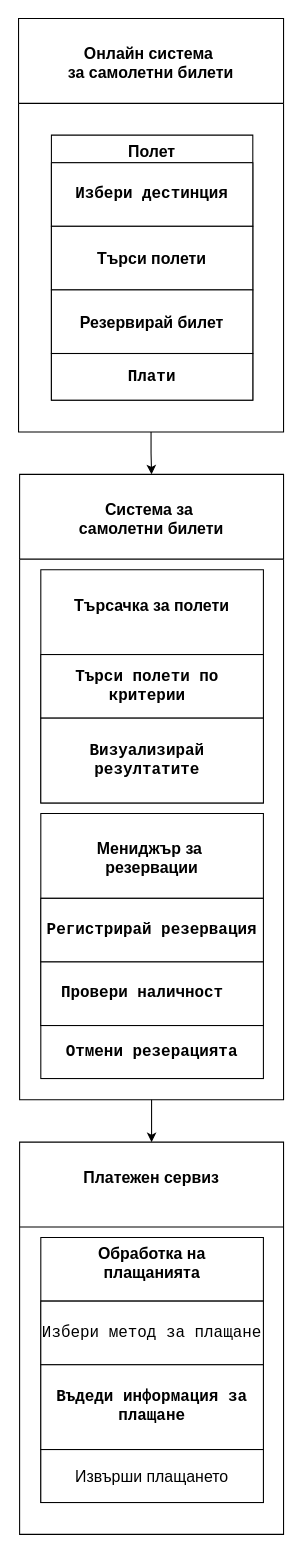
Earlier version of the draw.io diagram design/diagrams/activity/Управление на самолетни билети.drawio (velislav19407/Airline-ticket-Management-System). Source tidied: cells renumbered, new cells numbered last; positions are measured from the earlier drawing's top-left corner, leaving out a move shared by most shapes. Both pictures are drawn from the tidied source at 106%, with x=0, y=0 at pixel (18, 18).
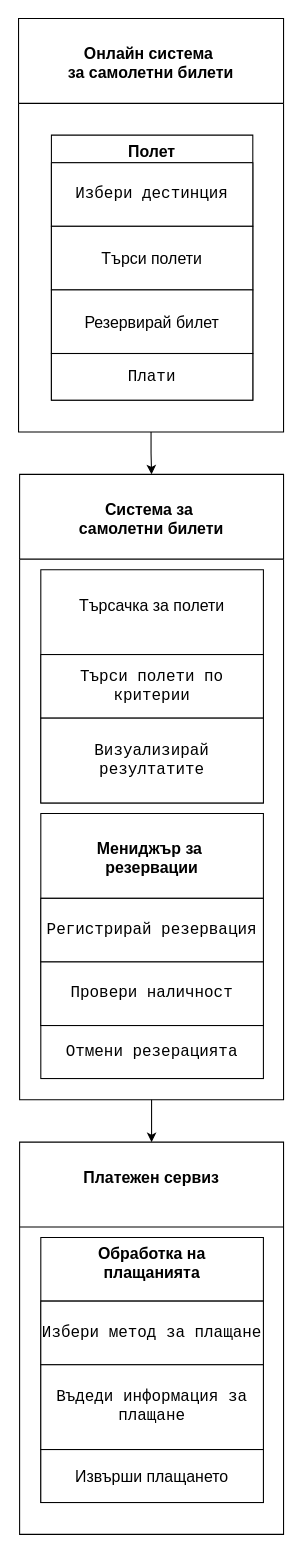
The same page after the edit.

The change refers to these unchanged cells:
```xml
<mxCell id="5" value="Полет" style="swimlane;fontStyle=1;align=center;verticalAlign=top;horizontal=1;startSize=26;rounded=0;shadow=0;strokeWidth=1;fontSize=15;" parent="1" vertex="1">
  <mxGeometry x="31" y="110" width="190" height="250" as="geometry" />
</mxCell>
<mxCell id="15" value="&#10;Мениджър за &#10;резервации" style="swimlane;fontStyle=1;align=center;verticalAlign=top;horizontal=1;startSize=80;rounded=0;shadow=0;strokeWidth=1;fontSize=15;" parent="1" vertex="1">
  <mxGeometry x="21" y="750" width="210" height="200" as="geometry" />
</mxCell>
<mxCell id="23" value="Обработка на &#10;плащанията" style="swimlane;fontStyle=1;align=center;verticalAlign=top;horizontal=1;startSize=60;rounded=0;shadow=0;strokeWidth=1;fontSize=15;" parent="1" vertex="1">
  <mxGeometry x="21" y="1150" width="210" height="250" as="geometry" />
</mxCell>
```

The edit, as a diff of the source:
```diff
@@
-    <mxCell id="7" value="&lt;div style=&quot;font-size: 15px;&quot; tabindex=&quot;0&quot; id=&quot;tw-target-text-container&quot; class=&quot;tw-ta-container F0azHf tw-nfl&quot;&gt;&lt;pre dir=&quot;ltr&quot; style=&quot;text-align:left&quot; id=&quot;tw-target-text&quot; class=&quot;tw-data-text tw-text-large tw-ta&quot;&gt;&lt;b&gt;Избери дестинция&lt;/b&gt;&lt;/pre&gt;&lt;/div&gt;" style="rounded=0;whiteSpace=wrap;html=1;" parent="5" vertex="1">
+    <mxCell id="7" value="&lt;div style=&quot;font-size: 15px;&quot; tabindex=&quot;0&quot; id=&quot;tw-target-text-container&quot; class=&quot;tw-ta-container F0azHf tw-nfl&quot;&gt;&lt;pre dir=&quot;ltr&quot; style=&quot;text-align:left&quot; id=&quot;tw-target-text&quot; class=&quot;tw-data-text tw-text-large tw-ta&quot;&gt;Избери дестинция&lt;/pre&gt;&lt;/div&gt;" style="rounded=0;whiteSpace=wrap;html=1;" parent="5" vertex="1">
       <mxGeometry y="26" width="190" height="60" as="geometry" />
     </mxCell>
-    <mxCell id="8" value="&lt;b&gt;&lt;font style=&quot;font-size: 15px;&quot;&gt;Търси полети&lt;/font&gt;&lt;/b&gt;" style="rounded=0;whiteSpace=wrap;html=1;" parent="5" vertex="1">
+    <mxCell id="8" value="&lt;font style=&quot;font-size: 15px;&quot;&gt;Търси полети&lt;/font&gt;" style="rounded=0;whiteSpace=wrap;html=1;" parent="5" vertex="1">
       <mxGeometry y="86" width="190" height="60" as="geometry" />
     </mxCell>
-    <mxCell id="9" value="&lt;b&gt;&lt;font style=&quot;font-size: 15px;&quot;&gt;Резервирай билет&lt;/font&gt;&lt;/b&gt;" style="rounded=0;whiteSpace=wrap;html=1;" parent="5" vertex="1">
+    <mxCell id="9" value="&lt;font style=&quot;font-size: 15px;&quot;&gt;Резервирай билет&lt;/font&gt;" style="rounded=0;whiteSpace=wrap;html=1;" parent="5" vertex="1">
       <mxGeometry y="146" width="190" height="60" as="geometry" />
     </mxCell>
-    <mxCell id="10" value="&lt;div style=&quot;font-size: 15px;&quot; tabindex=&quot;0&quot; id=&quot;tw-target-text-container&quot; class=&quot;tw-ta-container F0azHf tw-nfl&quot;&gt;&lt;pre dir=&quot;ltr&quot; style=&quot;text-align:left&quot; id=&quot;tw-target-text&quot; class=&quot;tw-data-text tw-text-large tw-ta&quot;&gt;&lt;b&gt;Плати&lt;/b&gt;&lt;/pre&gt;&lt;/div&gt;" style="rounded=0;whiteSpace=wrap;html=1;" parent="5" vertex="1">
+    <mxCell id="10" value="&lt;div style=&quot;font-size: 15px;&quot; tabindex=&quot;0&quot; id=&quot;tw-target-text-container&quot; class=&quot;tw-ta-container F0azHf tw-nfl&quot;&gt;&lt;pre dir=&quot;ltr&quot; style=&quot;text-align:left&quot; id=&quot;tw-target-text&quot; class=&quot;tw-data-text tw-text-large tw-ta&quot;&gt;Плати&lt;/pre&gt;&lt;/div&gt;" style="rounded=0;whiteSpace=wrap;html=1;" parent="5" vertex="1">
       <mxGeometry y="206" width="190" height="44" as="geometry" />
     </mxCell>
-    <mxCell id="11" value="&#10;Търсачка за полети" style="swimlane;fontStyle=1;align=center;verticalAlign=top;horizontal=1;startSize=80;rounded=0;shadow=0;strokeWidth=1;fontSize=15;" parent="1" vertex="1">
+    <mxCell id="11" value="&#10;Търсачка за полети" style="swimlane;fontStyle=0;align=center;verticalAlign=top;horizontal=1;startSize=80;rounded=0;shadow=0;strokeWidth=1;fontSize=15;" parent="1" vertex="1">
       <mxGeometry x="21" y="520" width="210" height="220" as="geometry" />
     </mxCell>
@@
-    <mxCell id="13" value="&lt;pre style=&quot;font-size: 15px;&quot;&gt;&lt;b&gt;&lt;code class=&quot;!whitespace-pre hljs language-plaintext&quot;&gt;Търси полети по &lt;br&gt;критерии &lt;/code&gt;&lt;/b&gt;&lt;/pre&gt;" style="whiteSpace=wrap;html=1;" parent="11" vertex="1">
+    <mxCell id="13" value="&lt;pre style=&quot;font-size: 15px;&quot;&gt;&lt;code class=&quot;!whitespace-pre hljs language-plaintext&quot;&gt;Търси полети по&lt;br&gt;критерии&lt;/code&gt;&lt;/pre&gt;" style="whiteSpace=wrap;html=1;" parent="11" vertex="1">
       <mxGeometry y="80" width="210" height="60" as="geometry" />
     </mxCell>
-    <mxCell id="14" value="&lt;pre&gt;&lt;b style=&quot;font-size: 15px;&quot;&gt;&lt;code class=&quot;!whitespace-pre hljs language-plaintext&quot;&gt;Визуализирай &lt;br&gt;резултатите &lt;/code&gt;&lt;/b&gt;&lt;/pre&gt;" style="whiteSpace=wrap;html=1;" parent="11" vertex="1">
+    <mxCell id="14" value="&lt;pre&gt;&lt;span style=&quot;font-size: 15px;&quot;&gt;&lt;code class=&quot;!whitespace-pre hljs language-plaintext&quot;&gt;Визуализирай&lt;br&gt;резултатите&lt;/code&gt;&lt;/span&gt;&lt;/pre&gt;" style="whiteSpace=wrap;html=1;" parent="11" vertex="1">
       <mxGeometry y="140" width="210" height="80" as="geometry" />
     </mxCell>
@@
-    <mxCell id="17" value="&lt;pre style=&quot;font-size: 15px;&quot;&gt;&lt;b&gt;&lt;code class=&quot;!whitespace-pre hljs language-plaintext&quot;&gt;Регистрирай резервация&lt;/code&gt;&lt;/b&gt;&lt;/pre&gt;" style="whiteSpace=wrap;html=1;" parent="15" vertex="1">
+    <mxCell id="17" value="&lt;pre style=&quot;font-size: 15px;&quot;&gt;&lt;code class=&quot;!whitespace-pre hljs language-plaintext&quot;&gt;Регистрирай резервация&lt;/code&gt;&lt;/pre&gt;" style="whiteSpace=wrap;html=1;" parent="15" vertex="1">
       <mxGeometry y="80" width="210" height="60" as="geometry" />
     </mxCell>
-    <mxCell id="18" value="&lt;pre style=&quot;font-size: 15px;&quot;&gt;&lt;b&gt;&lt;code class=&quot;!whitespace-pre hljs language-plaintext&quot;&gt;Провери наличност  &lt;/code&gt;&lt;/b&gt;&lt;/pre&gt;" style="whiteSpace=wrap;html=1;" parent="15" vertex="1">
+    <mxCell id="18" value="&lt;pre style=&quot;font-size: 15px;&quot;&gt;&lt;code class=&quot;!whitespace-pre hljs language-plaintext&quot;&gt;Провери наличност&lt;/code&gt;&lt;/pre&gt;" style="whiteSpace=wrap;html=1;" parent="15" vertex="1">
       <mxGeometry y="140" width="210" height="60" as="geometry" />
     </mxCell>
-    <mxCell id="19" value="&lt;pre style=&quot;font-size: 15px;&quot;&gt;&lt;b&gt;&lt;code&gt;Отмени резерацията&lt;/code&gt;&lt;/b&gt;&lt;/pre&gt;" style="whiteSpace=wrap;html=1;" parent="1" vertex="1">
+    <mxCell id="19" value="&lt;pre style=&quot;font-size: 15px;&quot;&gt;&lt;code&gt;Отмени резерацията&lt;/code&gt;&lt;/pre&gt;" style="whiteSpace=wrap;html=1;" parent="1" vertex="1">
       <mxGeometry x="21" y="950" width="210" height="50" as="geometry" />
     </mxCell>
@@
-    <mxCell id="26" value="&lt;pre style=&quot;font-size: 13px;&quot;&gt;&lt;font style=&quot;font-size: 13px;&quot;&gt;&lt;b style=&quot;font-size: 15px;&quot;&gt;&lt;code&gt;Въдеди информация за&lt;br&gt;плащане&lt;br&gt;&lt;/code&gt;&lt;/b&gt;&lt;/font&gt;&lt;/pre&gt;" style="whiteSpace=wrap;html=1;" parent="23" vertex="1">
+    <mxCell id="26" value="&lt;pre style=&quot;font-size: 13px;&quot;&gt;&lt;font style=&quot;font-size: 13px;&quot;&gt;&lt;span style=&quot;font-size: 15px;&quot;&gt;&lt;code&gt;Въдеди информация за&lt;br&gt;плащане&lt;/code&gt;&lt;/span&gt;&lt;b style=&quot;font-size: 15px;&quot;&gt;&lt;code&gt;&lt;br&gt;&lt;/code&gt;&lt;/b&gt;&lt;/font&gt;&lt;/pre&gt;" style="whiteSpace=wrap;html=1;" parent="23" vertex="1">
       <mxGeometry y="120" width="210" height="80" as="geometry" />
     </mxCell>
```
